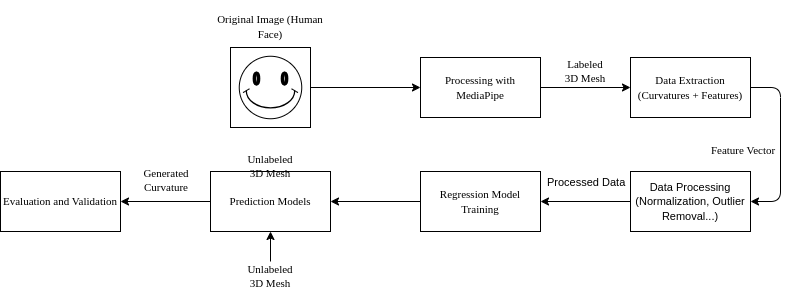
Earlier version of the draw.io export img/met_ing.png (MatheusPaivaa/CurvatureML). Source tidied: cells renumbered, new cells last; positions are measured from the earlier drawing's top-left corner, leaving out a move shared by most shapes.
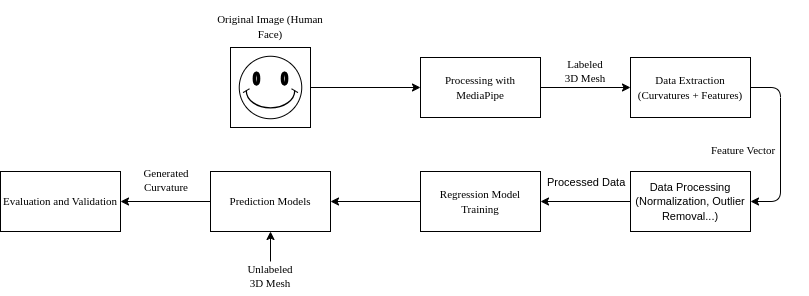
After the change.

Commit message:
Metodology Adjust

Diff of the diagram source:
```diff
@@ -71,9 +71,6 @@
     <mxCell id="21" value="&lt;font style=&quot;font-size: 11px;&quot;&gt;Data Processing (Normalization, Outlier Removal...)&lt;/font&gt;" style="rounded=0;whiteSpace=wrap;html=1;" parent="1" vertex="1">
       <mxGeometry x="630" y="160" width="120" height="60" as="geometry" />
     </mxCell>
-    <mxCell id="22" value="&lt;p style=&quot;line-height: 10%;&quot;&gt;&lt;font style=&quot;font-size: 11px;&quot; face=&quot;Times New Roman&quot;&gt;U&lt;/font&gt;&lt;span style=&quot;background-color: initial; font-size: 11px;&quot;&gt;&lt;font face=&quot;Times New Roman&quot;&gt;nlabeled&lt;/font&gt;&lt;/span&gt;&lt;/p&gt;&lt;p style=&quot;line-height: 10%;&quot;&gt;&lt;span style=&quot;background-color: initial;&quot;&gt;&lt;font style=&quot;&quot; face=&quot;Times New Roman&quot;&gt;&lt;span style=&quot;font-size: 11px;&quot;&gt;3D Mesh&lt;/span&gt;&lt;br&gt;&lt;/font&gt;&lt;/span&gt;&lt;/p&gt;" style="text;html=1;align=center;verticalAlign=middle;whiteSpace=wrap;rounded=0;" parent="1" vertex="1">
-      <mxGeometry x="225" y="140" width="90" height="30" as="geometry" />
-    </mxCell>
     <mxCell id="23" value="&lt;p&gt;&lt;font style=&quot;font-size: 11px;&quot;&gt;Processed Data&lt;/font&gt;&lt;/p&gt;" style="text;whiteSpace=wrap;html=1;" parent="1" vertex="1">
       <mxGeometry x="545" y="145" width="120" height="60" as="geometry" />
     </mxCell>
```
